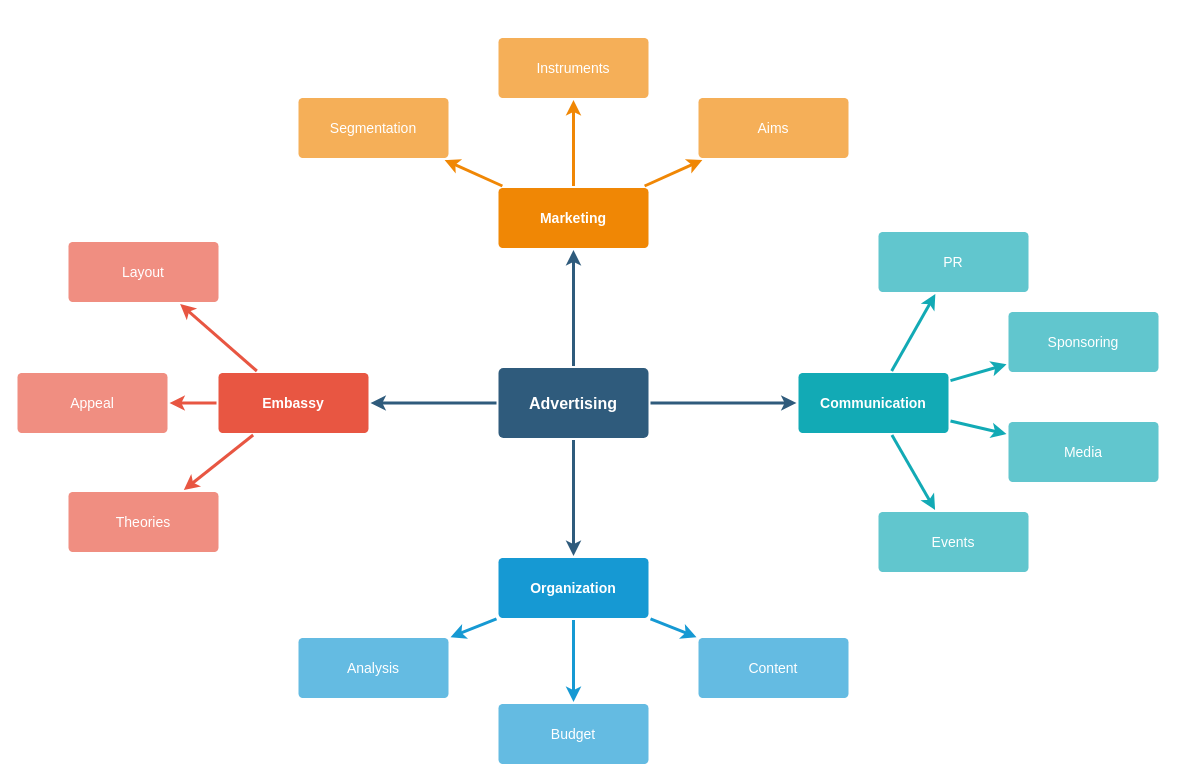
This is automationtest.drawio from xiongxiaoqing614/diagrams, a draw.io file, before an edit. Source tidied: cells renumbered, new cells numbered last; positions are measured from the earlier drawing's top-left corner, leaving out a move shared by most shapes. Both pictures are drawn from the tidied source at 100%, with x=0, y=0 at pixel (17, 37).
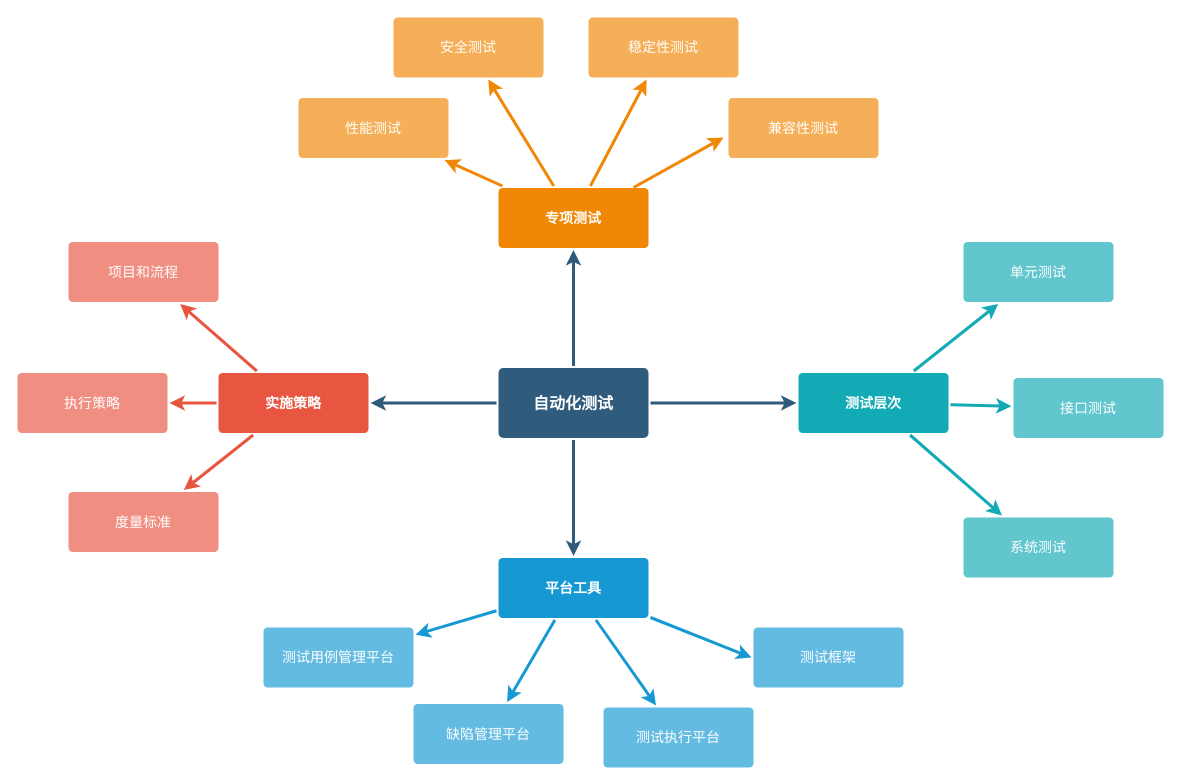
Above is the later version.

Change to the diagram source:
```diff
@@
-    <mxCell id="6" value="Advertising" style="rounded=1;whiteSpace=wrap;html=1;shadow=0;labelBackgroundColor=none;strokeColor=none;strokeWidth=3;fillColor=#2F5B7C;fontFamily=Helvetica;fontSize=16;fontColor=#FFFFFF;align=center;fontStyle=1;spacing=5;arcSize=7;perimeterSpacing=2;" parent="1" vertex="1">
+    <mxCell id="6" value="自动化测试" style="rounded=1;whiteSpace=wrap;html=1;shadow=0;labelBackgroundColor=none;strokeColor=none;strokeWidth=3;fillColor=#2F5B7C;fontFamily=Helvetica;fontSize=16;fontColor=#FFFFFF;align=center;fontStyle=1;spacing=5;arcSize=7;perimeterSpacing=2;" parent="1" vertex="1">
       <mxGeometry x="481" y="330.5" width="150" height="70" as="geometry" />
     </mxCell>
@@
-    <mxCell id="10" value="Embassy" style="rounded=1;whiteSpace=wrap;html=1;shadow=0;labelBackgroundColor=none;strokeColor=none;strokeWidth=3;fillColor=#e85642;fontFamily=Helvetica;fontSize=14;fontColor=#FFFFFF;align=center;spacing=5;fontStyle=1;arcSize=7;perimeterSpacing=2;" parent="1" vertex="1">
+    <mxCell id="10" value="实施策略" style="rounded=1;whiteSpace=wrap;html=1;shadow=0;labelBackgroundColor=none;strokeColor=none;strokeWidth=3;fillColor=#e85642;fontFamily=Helvetica;fontSize=14;fontColor=#FFFFFF;align=center;spacing=5;fontStyle=1;arcSize=7;perimeterSpacing=2;" parent="1" vertex="1">
       <mxGeometry x="201" y="335.5" width="150" height="60" as="geometry" />
     </mxCell>
-    <mxCell id="11" value="Theories" style="rounded=1;whiteSpace=wrap;html=1;shadow=0;labelBackgroundColor=none;strokeColor=none;strokeWidth=3;fillColor=#f08e81;fontFamily=Helvetica;fontSize=14;fontColor=#FFFFFF;align=center;spacing=5;fontStyle=0;arcSize=7;perimeterSpacing=2;" parent="1" vertex="1">
+    <mxCell id="11" value="度量标准" style="rounded=1;whiteSpace=wrap;html=1;shadow=0;labelBackgroundColor=none;strokeColor=none;strokeWidth=3;fillColor=#f08e81;fontFamily=Helvetica;fontSize=14;fontColor=#FFFFFF;align=center;spacing=5;fontStyle=0;arcSize=7;perimeterSpacing=2;" parent="1" vertex="1">
       <mxGeometry x="51" y="454.5" width="150" height="60" as="geometry" />
     </mxCell>
-    <mxCell id="12" value="Appeal" style="rounded=1;whiteSpace=wrap;html=1;shadow=0;labelBackgroundColor=none;strokeColor=none;strokeWidth=3;fillColor=#f08e81;fontFamily=Helvetica;fontSize=14;fontColor=#FFFFFF;align=center;spacing=5;fontStyle=0;arcSize=7;perimeterSpacing=2;" parent="1" vertex="1">
+    <mxCell id="12" value="执行策略" style="rounded=1;whiteSpace=wrap;html=1;shadow=0;labelBackgroundColor=none;strokeColor=none;strokeWidth=3;fillColor=#f08e81;fontFamily=Helvetica;fontSize=14;fontColor=#FFFFFF;align=center;spacing=5;fontStyle=0;arcSize=7;perimeterSpacing=2;" parent="1" vertex="1">
       <mxGeometry y="335.5" width="150" height="60" as="geometry" />
     </mxCell>
-    <mxCell id="13" value="Layout" style="rounded=1;whiteSpace=wrap;html=1;shadow=0;labelBackgroundColor=none;strokeColor=none;strokeWidth=3;fillColor=#f08e81;fontFamily=Helvetica;fontSize=14;fontColor=#FFFFFF;align=center;spacing=5;fontStyle=0;arcSize=7;perimeterSpacing=2;" parent="1" vertex="1">
+    <mxCell id="13" value="项目和流程" style="rounded=1;whiteSpace=wrap;html=1;shadow=0;labelBackgroundColor=none;strokeColor=none;strokeWidth=3;fillColor=#f08e81;fontFamily=Helvetica;fontSize=14;fontColor=#FFFFFF;align=center;spacing=5;fontStyle=0;arcSize=7;perimeterSpacing=2;" parent="1" vertex="1">
       <mxGeometry x="51" y="204.5" width="150" height="60" as="geometry" />
     </mxCell>
@@
-    <mxCell id="17" value="Organization" style="rounded=1;whiteSpace=wrap;html=1;shadow=0;labelBackgroundColor=none;strokeColor=none;strokeWidth=3;fillColor=#1699d3;fontFamily=Helvetica;fontSize=14;fontColor=#FFFFFF;align=center;spacing=5;fontStyle=1;arcSize=7;perimeterSpacing=2;" parent="1" vertex="1">
+    <mxCell id="17" value="平台工具" style="rounded=1;whiteSpace=wrap;html=1;shadow=0;labelBackgroundColor=none;strokeColor=none;strokeWidth=3;fillColor=#1699d3;fontFamily=Helvetica;fontSize=14;fontColor=#FFFFFF;align=center;spacing=5;fontStyle=1;arcSize=7;perimeterSpacing=2;" parent="1" vertex="1">
       <mxGeometry x="481" y="520.5" width="150" height="60" as="geometry" />
     </mxCell>
-    <mxCell id="18" value="Content" style="rounded=1;whiteSpace=wrap;html=1;shadow=0;labelBackgroundColor=none;strokeColor=none;strokeWidth=3;fillColor=#64bbe2;fontFamily=Helvetica;fontSize=14;fontColor=#FFFFFF;align=center;spacing=5;arcSize=7;perimeterSpacing=2;" parent="1" vertex="1">
-      <mxGeometry x="681" y="600.5" width="150" height="60" as="geometry" />
+    <mxCell id="18" value="测试执行平台" style="rounded=1;whiteSpace=wrap;html=1;shadow=0;labelBackgroundColor=none;strokeColor=none;strokeWidth=3;fillColor=#64bbe2;fontFamily=Helvetica;fontSize=14;fontColor=#FFFFFF;align=center;spacing=5;arcSize=7;perimeterSpacing=2;" parent="1" vertex="1">
+      <mxGeometry x="586" y="670" width="150" height="60" as="geometry" />
     </mxCell>
-    <mxCell id="19" value="Budget" style="rounded=1;whiteSpace=wrap;html=1;shadow=0;labelBackgroundColor=none;strokeColor=none;strokeWidth=3;fillColor=#64bbe2;fontFamily=Helvetica;fontSize=14;fontColor=#FFFFFF;align=center;spacing=5;arcSize=7;perimeterSpacing=2;" parent="1" vertex="1">
-      <mxGeometry x="481" y="666.5" width="150" height="60" as="geometry" />
+    <mxCell id="19" value="缺陷管理平台" style="rounded=1;whiteSpace=wrap;html=1;shadow=0;labelBackgroundColor=none;strokeColor=none;strokeWidth=3;fillColor=#64bbe2;fontFamily=Helvetica;fontSize=14;fontColor=#FFFFFF;align=center;spacing=5;arcSize=7;perimeterSpacing=2;" parent="1" vertex="1">
+      <mxGeometry x="396" y="666.5" width="150" height="60" as="geometry" />
     </mxCell>
-    <mxCell id="20" value="Analysis" style="rounded=1;whiteSpace=wrap;html=1;shadow=0;labelBackgroundColor=none;strokeColor=none;strokeWidth=3;fillColor=#64bbe2;fontFamily=Helvetica;fontSize=14;fontColor=#FFFFFF;align=center;spacing=5;arcSize=7;perimeterSpacing=2;" parent="1" vertex="1">
-      <mxGeometry x="281" y="600.5" width="150" height="60" as="geometry" />
+    <mxCell id="20" value="测试用例管理平台" style="rounded=1;whiteSpace=wrap;html=1;shadow=0;labelBackgroundColor=none;strokeColor=none;strokeWidth=3;fillColor=#64bbe2;fontFamily=Helvetica;fontSize=14;fontColor=#FFFFFF;align=center;spacing=5;arcSize=7;perimeterSpacing=2;" parent="1" vertex="1">
+      <mxGeometry x="246" y="590" width="150" height="60" as="geometry" />
     </mxCell>
-    <mxCell id="21" value="Marketing" style="rounded=1;whiteSpace=wrap;html=1;shadow=0;labelBackgroundColor=none;strokeColor=none;strokeWidth=3;fillColor=#F08705;fontFamily=Helvetica;fontSize=14;fontColor=#FFFFFF;align=center;spacing=5;fontStyle=1;arcSize=7;perimeterSpacing=2;" parent="1" vertex="1">
+    <mxCell id="21" value="专项测试" style="rounded=1;whiteSpace=wrap;html=1;shadow=0;labelBackgroundColor=none;strokeColor=none;strokeWidth=3;fillColor=#F08705;fontFamily=Helvetica;fontSize=14;fontColor=#FFFFFF;align=center;spacing=5;fontStyle=1;arcSize=7;perimeterSpacing=2;" parent="1" vertex="1">
       <mxGeometry x="481" y="150.5" width="150" height="60" as="geometry" />
     </mxCell>
-    <mxCell id="22" value="Aims&lt;br&gt;" style="rounded=1;whiteSpace=wrap;html=1;shadow=0;labelBackgroundColor=none;strokeColor=none;strokeWidth=3;fillColor=#f5af58;fontFamily=Helvetica;fontSize=14;fontColor=#FFFFFF;align=center;spacing=5;arcSize=7;perimeterSpacing=2;" parent="1" vertex="1">
-      <mxGeometry x="681" y="60.5" width="150" height="60" as="geometry" />
+    <mxCell id="22" value="稳定性测试" style="rounded=1;whiteSpace=wrap;html=1;shadow=0;labelBackgroundColor=none;strokeColor=none;strokeWidth=3;fillColor=#f5af58;fontFamily=Helvetica;fontSize=14;fontColor=#FFFFFF;align=center;spacing=5;arcSize=7;perimeterSpacing=2;" parent="1" vertex="1">
+      <mxGeometry x="571" y="-20" width="150" height="60" as="geometry" />
     </mxCell>
@@
-    <mxCell id="24" value="Instruments" style="rounded=1;whiteSpace=wrap;html=1;shadow=0;labelBackgroundColor=none;strokeColor=none;strokeWidth=3;fillColor=#f5af58;fontFamily=Helvetica;fontSize=14;fontColor=#FFFFFF;align=center;spacing=5;arcSize=7;perimeterSpacing=2;" parent="1" vertex="1">
-      <mxGeometry x="481" y="0.5" width="150" height="60" as="geometry" />
+    <mxCell id="24" value="安全测试" style="rounded=1;whiteSpace=wrap;html=1;shadow=0;labelBackgroundColor=none;strokeColor=none;strokeWidth=3;fillColor=#f5af58;fontFamily=Helvetica;fontSize=14;fontColor=#FFFFFF;align=center;spacing=5;arcSize=7;perimeterSpacing=2;" parent="1" vertex="1">
+      <mxGeometry x="376" y="-20" width="150" height="60" as="geometry" />
     </mxCell>
@@
-    <mxCell id="26" value="Segmentation" style="rounded=1;whiteSpace=wrap;html=1;shadow=0;labelBackgroundColor=none;strokeColor=none;strokeWidth=3;fillColor=#f5af58;fontFamily=Helvetica;fontSize=14;fontColor=#FFFFFF;align=center;spacing=5;arcSize=7;perimeterSpacing=2;" parent="1" vertex="1">
+    <mxCell id="26" value="性能测试" style="rounded=1;whiteSpace=wrap;html=1;shadow=0;labelBackgroundColor=none;strokeColor=none;strokeWidth=3;fillColor=#f5af58;fontFamily=Helvetica;fontSize=14;fontColor=#FFFFFF;align=center;spacing=5;arcSize=7;perimeterSpacing=2;" parent="1" vertex="1">
       <mxGeometry x="281" y="60.5" width="150" height="60" as="geometry" />
     </mxCell>
@@
-    <mxCell id="28" value="Communication" style="rounded=1;whiteSpace=wrap;html=1;shadow=0;labelBackgroundColor=none;strokeColor=none;strokeWidth=3;fillColor=#12aab5;fontFamily=Helvetica;fontSize=14;fontColor=#FFFFFF;align=center;spacing=5;fontStyle=1;arcSize=7;perimeterSpacing=2;" parent="1" vertex="1">
+    <mxCell id="28" value="测试层次" style="rounded=1;whiteSpace=wrap;html=1;shadow=0;labelBackgroundColor=none;strokeColor=none;strokeWidth=3;fillColor=#12aab5;fontFamily=Helvetica;fontSize=14;fontColor=#FFFFFF;align=center;spacing=5;fontStyle=1;arcSize=7;perimeterSpacing=2;" parent="1" vertex="1">
       <mxGeometry x="781" y="335.5" width="150" height="60" as="geometry" />
     </mxCell>
-    <mxCell id="29" value="Events" style="rounded=1;whiteSpace=wrap;html=1;shadow=0;labelBackgroundColor=none;strokeColor=none;strokeWidth=3;fillColor=#61c6ce;fontFamily=Helvetica;fontSize=14;fontColor=#FFFFFF;align=center;spacing=5;fontStyle=0;arcSize=7;perimeterSpacing=2;" parent="1" vertex="1">
-      <mxGeometry x="861" y="474.5" width="150" height="60" as="geometry" />
-    </mxCell>
-    <mxCell id="30" style="edgeStyle=none;rounded=1;jumpStyle=none;html=1;shadow=0;labelBackgroundColor=none;startArrow=none;startFill=0;jettySize=auto;strokeColor=#12AAB5;strokeWidth=3;fontFamily=Helvetica;fontSize=14;fontColor=#FFFFFF;spacing=5;fontStyle=1;fillColor=#b0e3e6;" parent="1" edge="1" source="28" target="29">
-      <mxGeometry relative="1" as="geometry" />
-    </mxCell>
-    <mxCell id="31" value="Media" style="rounded=1;whiteSpace=wrap;html=1;shadow=0;labelBackgroundColor=none;strokeColor=none;strokeWidth=3;fillColor=#61c6ce;fontFamily=Helvetica;fontSize=14;fontColor=#FFFFFF;align=center;spacing=5;fontStyle=0;arcSize=7;perimeterSpacing=2;" parent="1" vertex="1">
-      <mxGeometry x="991" y="384.5" width="150" height="60" as="geometry" />
+    <mxCell id="31" value="系统测试" style="rounded=1;whiteSpace=wrap;html=1;shadow=0;labelBackgroundColor=none;strokeColor=none;strokeWidth=3;fillColor=#61c6ce;fontFamily=Helvetica;fontSize=14;fontColor=#FFFFFF;align=center;spacing=5;fontStyle=0;arcSize=7;perimeterSpacing=2;" parent="1" vertex="1">
+      <mxGeometry x="946" y="480" width="150" height="60" as="geometry" />
     </mxCell>
@@
-    <mxCell id="33" value="Sponsoring" style="rounded=1;whiteSpace=wrap;html=1;shadow=0;labelBackgroundColor=none;strokeColor=none;strokeWidth=3;fillColor=#61c6ce;fontFamily=Helvetica;fontSize=14;fontColor=#FFFFFF;align=center;spacing=5;fontStyle=0;arcSize=7;perimeterSpacing=2;" parent="1" vertex="1">
-      <mxGeometry x="991" y="274.5" width="150" height="60" as="geometry" />
+    <mxCell id="33" value="接口测试" style="rounded=1;whiteSpace=wrap;html=1;shadow=0;labelBackgroundColor=none;strokeColor=none;strokeWidth=3;fillColor=#61c6ce;fontFamily=Helvetica;fontSize=14;fontColor=#FFFFFF;align=center;spacing=5;fontStyle=0;arcSize=7;perimeterSpacing=2;" parent="1" vertex="1">
+      <mxGeometry x="996" y="340.5" width="150" height="60" as="geometry" />
     </mxCell>
@@
-    <mxCell id="35" value="PR" style="rounded=1;whiteSpace=wrap;html=1;shadow=0;labelBackgroundColor=none;strokeColor=none;strokeWidth=3;fillColor=#61c6ce;fontFamily=Helvetica;fontSize=14;fontColor=#FFFFFF;align=center;spacing=5;fontStyle=0;arcSize=7;perimeterSpacing=2;" parent="1" vertex="1">
-      <mxGeometry x="861" y="194.5" width="150" height="60" as="geometry" />
+    <mxCell id="35" value="单元测试" style="rounded=1;whiteSpace=wrap;html=1;shadow=0;labelBackgroundColor=none;strokeColor=none;strokeWidth=3;fillColor=#61c6ce;fontFamily=Helvetica;fontSize=14;fontColor=#FFFFFF;align=center;spacing=5;fontStyle=0;arcSize=7;perimeterSpacing=2;" parent="1" vertex="1">
+      <mxGeometry x="946" y="204.5" width="150" height="60" as="geometry" />
     </mxCell>
@@
+    <mxCell id="37" value="兼容性测试" style="rounded=1;whiteSpace=wrap;html=1;shadow=0;labelBackgroundColor=none;strokeColor=none;strokeWidth=3;fillColor=#f5af58;fontFamily=Helvetica;fontSize=14;fontColor=#FFFFFF;align=center;spacing=5;arcSize=7;perimeterSpacing=2;" parent="1" vertex="1">
+      <mxGeometry x="711" y="60.5" width="150" height="60" as="geometry" />
+    </mxCell>
+    <mxCell id="38" style="edgeStyle=none;rounded=0;jumpStyle=none;html=1;shadow=0;labelBackgroundColor=none;startArrow=none;startFill=0;endArrow=classic;endFill=1;jettySize=auto;strokeColor=#F08705;strokeWidth=3;fontFamily=Helvetica;fontSize=14;fontColor=#FFFFFF;spacing=5;exitX=0.89;exitY=0.023;exitDx=0;exitDy=0;exitPerimeter=0;" parent="1" edge="1" source="21">
+      <mxGeometry relative="1" as="geometry">
+        <mxPoint x="706" y="100" as="targetPoint" />
+      </mxGeometry>
+    </mxCell>
+    <mxCell id="39" value="测试框架" style="rounded=1;whiteSpace=wrap;html=1;shadow=0;labelBackgroundColor=none;strokeColor=none;strokeWidth=3;fillColor=#64bbe2;fontFamily=Helvetica;fontSize=14;fontColor=#FFFFFF;align=center;spacing=5;arcSize=7;perimeterSpacing=2;" parent="1" vertex="1">
+      <mxGeometry x="736" y="590" width="150" height="60" as="geometry" />
+    </mxCell>
+    <mxCell id="40" style="edgeStyle=none;rounded=0;jumpStyle=none;html=1;shadow=0;labelBackgroundColor=none;startArrow=none;startFill=0;endArrow=classic;endFill=1;jettySize=auto;strokeColor=#1699D3;strokeWidth=3;fontFamily=Helvetica;fontSize=14;fontColor=#FFFFFF;spacing=5;entryX=0;entryY=0.5;entryDx=0;entryDy=0;" parent="1" edge="1" target="39">
+      <mxGeometry relative="1" as="geometry">
+        <mxPoint x="633" y="580" as="sourcePoint" />
+      </mxGeometry>
+    </mxCell>
```
